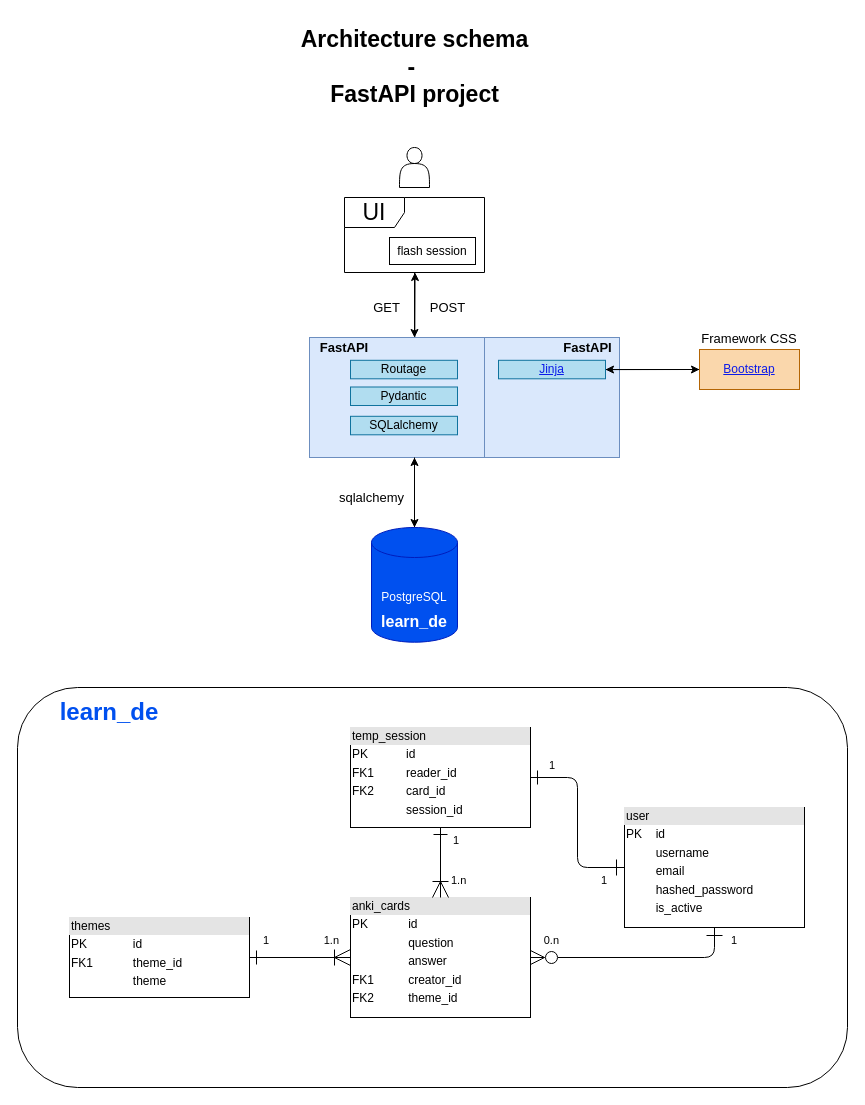
Before: project_architecture.drawio in Stephd91/FastAPI, a draw.io diagram. Source tidied: cells renumbered, new cells numbered last; positions are measured from the earlier drawing's top-left corner, leaving out a move shared by most shapes. Both pictures are drawn from the tidied source at 100%, with x=0, y=0 at pixel (17, 17).
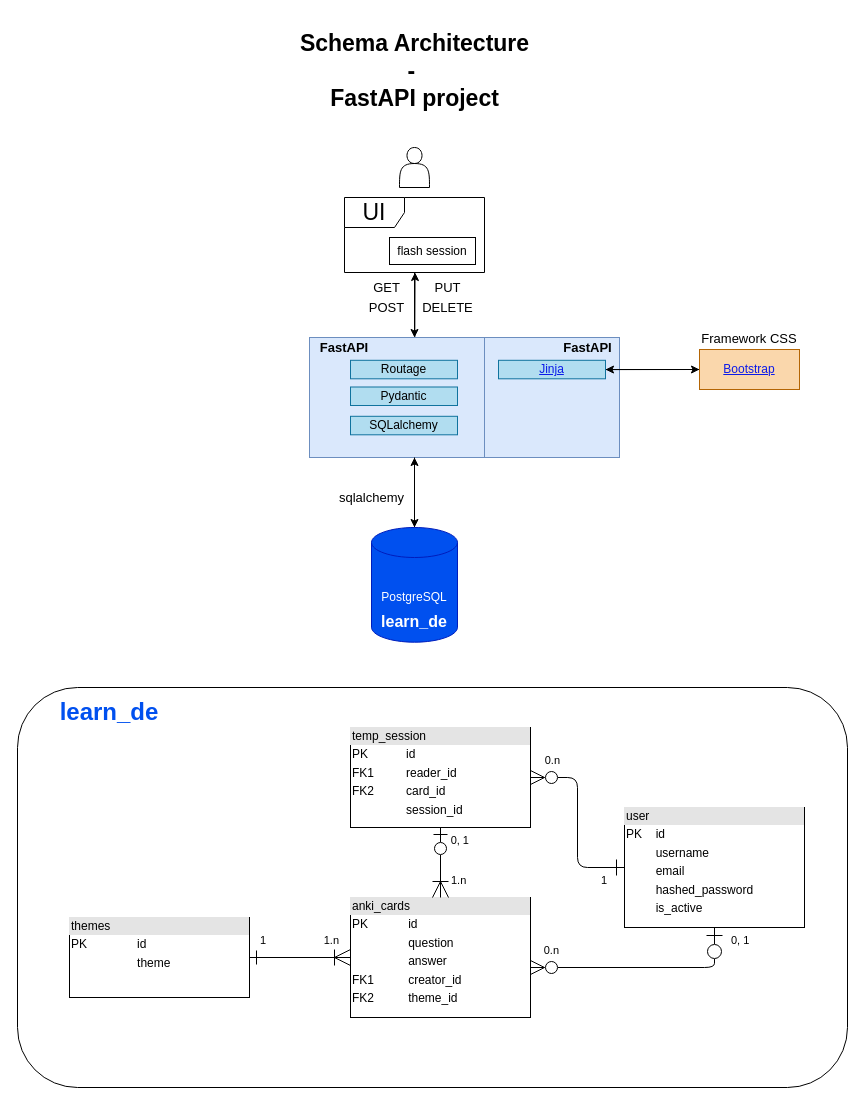
Above is the later version.

The change refers to these unchanged cells:
```xml
<mxCell id="29" style="endArrow=ERone;html=1;endSize=12;startArrow=ERoneToMany;startSize=14;startFill=0;edgeStyle=orthogonalEdgeStyle;exitX=0;exitY=0.5;exitDx=0;exitDy=0;entryX=1;entryY=0.5;entryDx=0;entryDy=0;endFill=0;" parent="1" edge="1" source="33" target="28">
  <mxGeometry relative="1" as="geometry" />
</mxCell>
<mxCell id="32" value="&lt;div style=&quot;box-sizing:border-box;width:100%;background:#e4e4e4;padding:2px;&quot;&gt;temp_session&lt;/div&gt;&lt;table style=&quot;width:100%;font-size:1em;&quot; cellpadding=&quot;2&quot; cellspacing=&quot;0&quot;&gt;&lt;tbody&gt;&lt;tr&gt;&lt;td&gt;PK&lt;/td&gt;&lt;td&gt;id&lt;/td&gt;&lt;/tr&gt;&lt;tr&gt;&lt;td&gt;FK1&lt;/td&gt;&lt;td&gt;reader_id&lt;/td&gt;&lt;/tr&gt;&lt;tr&gt;&lt;td&gt;FK2&lt;/td&gt;&lt;td&gt;card_id&lt;/td&gt;&lt;/tr&gt;&lt;tr&gt;&lt;td&gt;&lt;br&gt;&lt;/td&gt;&lt;td&gt;session_id&lt;/td&gt;&lt;/tr&gt;&lt;/tbody&gt;&lt;/table&gt;" style="verticalAlign=top;align=left;overflow=fill;html=1;" parent="1" vertex="1">
  <mxGeometry x="333" y="710" width="180" height="100" as="geometry" />
</mxCell>
<mxCell id="33" value="&lt;div style=&quot;box-sizing:border-box;width:100%;background:#e4e4e4;padding:2px;&quot;&gt;anki_cards&lt;/div&gt;&lt;table style=&quot;width:100%;font-size:1em;&quot; cellpadding=&quot;2&quot; cellspacing=&quot;0&quot;&gt;&lt;tbody&gt;&lt;tr&gt;&lt;td&gt;PK&lt;/td&gt;&lt;td&gt;id&lt;/td&gt;&lt;/tr&gt;&lt;tr&gt;&lt;td&gt;&lt;br&gt;&lt;/td&gt;&lt;td&gt;question&lt;/td&gt;&lt;/tr&gt;&lt;tr&gt;&lt;td&gt;&lt;br&gt;&lt;/td&gt;&lt;td&gt;answer&lt;/td&gt;&lt;/tr&gt;&lt;tr&gt;&lt;td&gt;FK1&lt;/td&gt;&lt;td&gt;creator_id&lt;/td&gt;&lt;/tr&gt;&lt;tr&gt;&lt;td&gt;FK2&lt;/td&gt;&lt;td&gt;theme_id&lt;/td&gt;&lt;/tr&gt;&lt;/tbody&gt;&lt;/table&gt;" style="verticalAlign=top;align=left;overflow=fill;html=1;" parent="1" vertex="1">
  <mxGeometry x="333" y="880" width="180" height="120" as="geometry" />
</mxCell>
<mxCell id="34" value="&lt;div style=&quot;box-sizing:border-box;width:100%;background:#e4e4e4;padding:2px;&quot;&gt;user&lt;/div&gt;&lt;table style=&quot;width:100%;font-size:1em;&quot; cellpadding=&quot;2&quot; cellspacing=&quot;0&quot;&gt;&lt;tbody&gt;&lt;tr&gt;&lt;td&gt;PK&lt;/td&gt;&lt;td&gt;id&lt;/td&gt;&lt;/tr&gt;&lt;tr&gt;&lt;td&gt;&lt;br&gt;&lt;/td&gt;&lt;td&gt;username&lt;/td&gt;&lt;/tr&gt;&lt;tr&gt;&lt;td&gt;&lt;br&gt;&lt;/td&gt;&lt;td&gt;email&lt;/td&gt;&lt;/tr&gt;&lt;tr&gt;&lt;td&gt;&lt;br&gt;&lt;/td&gt;&lt;td&gt;hashed_password&lt;/td&gt;&lt;/tr&gt;&lt;tr&gt;&lt;td&gt;&lt;br&gt;&lt;/td&gt;&lt;td&gt;is_active&lt;/td&gt;&lt;/tr&gt;&lt;/tbody&gt;&lt;/table&gt;" style="verticalAlign=top;align=left;overflow=fill;html=1;strokeColor=default;" parent="1" vertex="1">
  <mxGeometry x="607" y="790" width="180" height="120" as="geometry" />
</mxCell>
```

Change to the diagram source:
```diff
@@
-    <mxCell id="7" value="Architecture schema&lt;br style=&quot;font-size: 23px;&quot;&gt;-&amp;nbsp;&lt;br style=&quot;font-size: 23px;&quot;&gt;FastAPI project" style="text;strokeColor=none;fillColor=none;html=1;fontSize=23;fontStyle=1;verticalAlign=middle;align=center;rounded=1;labelBackgroundColor=none;" parent="1" vertex="1">
-      <mxGeometry x="263" width="268" height="100" as="geometry" />
+    <mxCell id="7" value="Schema Architecture&lt;br style=&quot;font-size: 23px;&quot;&gt;-&amp;nbsp;&lt;br style=&quot;font-size: 23px;&quot;&gt;FastAPI project" style="text;strokeColor=none;fillColor=none;html=1;fontSize=23;fontStyle=1;verticalAlign=middle;align=center;rounded=1;labelBackgroundColor=none;" parent="1" vertex="1">
+      <mxGeometry x="263" y="4" width="268" height="100" as="geometry" />
     </mxCell>
@@
     <mxCell id="11" value="GET" style="text;html=1;strokeColor=none;fillColor=none;align=center;verticalAlign=middle;whiteSpace=wrap;rounded=0;labelBackgroundColor=none;fontSize=13;" parent="1" vertex="1">
-      <mxGeometry x="342" y="280" width="55" height="20" as="geometry" />
+      <mxGeometry x="342" y="260" width="55" height="20" as="geometry" />
     </mxCell>
@@
     <mxCell id="14" value="POST" style="text;html=1;strokeColor=none;fillColor=none;align=center;verticalAlign=middle;whiteSpace=wrap;rounded=0;labelBackgroundColor=none;fontSize=13;" parent="1" vertex="1">
-      <mxGeometry x="403" y="280" width="55" height="20" as="geometry" />
+      <mxGeometry x="342" y="280" width="55" height="20" as="geometry" />
     </mxCell>
@@
-    <mxCell id="28" value="&lt;div style=&quot;box-sizing:border-box;width:100%;background:#e4e4e4;padding:2px;&quot;&gt;themes&lt;/div&gt;&lt;table style=&quot;width:100%;font-size:1em;&quot; cellpadding=&quot;2&quot; cellspacing=&quot;0&quot;&gt;&lt;tbody&gt;&lt;tr&gt;&lt;td&gt;PK&lt;/td&gt;&lt;td&gt;&lt;br&gt;&lt;/td&gt;&lt;td&gt;id&lt;/td&gt;&lt;td&gt;&lt;br&gt;&lt;/td&gt;&lt;/tr&gt;&lt;tr&gt;&lt;td&gt;FK1&lt;/td&gt;&lt;td&gt;&lt;br&gt;&lt;/td&gt;&lt;td&gt;theme_id&lt;/td&gt;&lt;td&gt;&lt;br&gt;&lt;/td&gt;&lt;/tr&gt;&lt;tr&gt;&lt;td&gt;&lt;br&gt;&lt;/td&gt;&lt;td&gt;&lt;br&gt;&lt;/td&gt;&lt;td&gt;theme&lt;/td&gt;&lt;td&gt;&lt;br&gt;&lt;/td&gt;&lt;/tr&gt;&lt;/tbody&gt;&lt;/table&gt;" style="verticalAlign=top;align=left;overflow=fill;html=1;" parent="1" vertex="1">
+    <mxCell id="28" value="&lt;div style=&quot;box-sizing:border-box;width:100%;background:#e4e4e4;padding:2px;&quot;&gt;themes&lt;/div&gt;&lt;table style=&quot;width:100%;font-size:1em;&quot; cellpadding=&quot;2&quot; cellspacing=&quot;0&quot;&gt;&lt;tbody&gt;&lt;tr&gt;&lt;td&gt;PK&lt;/td&gt;&lt;td&gt;&lt;br&gt;&lt;/td&gt;&lt;td&gt;id&lt;/td&gt;&lt;td&gt;&lt;br&gt;&lt;/td&gt;&lt;/tr&gt;&lt;tr&gt;&lt;td&gt;&lt;br&gt;&lt;/td&gt;&lt;td&gt;&lt;br&gt;&lt;/td&gt;&lt;td&gt;theme&lt;/td&gt;&lt;td&gt;&lt;br&gt;&lt;/td&gt;&lt;/tr&gt;&lt;/tbody&gt;&lt;/table&gt;" style="verticalAlign=top;align=left;overflow=fill;html=1;" parent="1" vertex="1">
       <mxGeometry x="52" y="900" width="180" height="80" as="geometry" />
     </mxCell>
@@
     <mxCell id="31" value="1" style="edgeLabel;html=1;align=right;verticalAlign=top;" parent="29" vertex="1">
       <mxGeometry x="1" relative="1" as="geometry">
-        <mxPoint x="20" y="-30" as="offset" />
+        <mxPoint x="17" y="-30" as="offset" />
       </mxGeometry>
     </mxCell>
@@
-    <mxCell id="35" style="endArrow=ERone;html=1;endSize=12;startArrow=ERone;startSize=14;startFill=0;edgeStyle=orthogonalEdgeStyle;entryX=1;entryY=0.5;entryDx=0;entryDy=0;exitX=0;exitY=0.5;exitDx=0;exitDy=0;endFill=0;" parent="1" edge="1" source="34" target="32">
+    <mxCell id="35" style="endArrow=ERzeroToMany;html=1;endSize=12;startArrow=ERone;startSize=14;startFill=0;edgeStyle=orthogonalEdgeStyle;entryX=1;entryY=0.5;entryDx=0;entryDy=0;exitX=0;exitY=0.5;exitDx=0;exitDy=0;endFill=0;" parent="1" edge="1" source="34" target="32">
       <mxGeometry relative="1" as="geometry" />
     </mxCell>
@@
-    <mxCell id="37" value="1" style="edgeLabel;html=1;align=right;verticalAlign=top;strokeColor=default;" parent="35" vertex="1">
-      <mxGeometry x="1" relative="1" as="geometry">
-        <mxPoint x="25" y="-25" as="offset" />
-      </mxGeometry>
-    </mxCell>
@@
-    <mxCell id="39" style="endArrow=ERone;html=1;endSize=12;startArrow=ERoneToMany;startSize=14;startFill=0;edgeStyle=orthogonalEdgeStyle;entryX=0.5;entryY=1;entryDx=0;entryDy=0;exitX=0.5;exitY=0;exitDx=0;exitDy=0;endFill=0;" parent="1" edge="1" source="33" target="32">
+    <mxCell id="39" style="endArrow=ERzeroToOne;html=1;endSize=12;startArrow=ERoneToMany;startSize=14;startFill=0;edgeStyle=orthogonalEdgeStyle;entryX=0.5;entryY=1;entryDx=0;entryDy=0;exitX=0.5;exitY=0;exitDx=0;exitDy=0;endFill=0;" parent="1" edge="1" source="33" target="32">
       <mxGeometry relative="1" as="geometry" />
     </mxCell>
@@
-    <mxCell id="41" value="1" style="edgeLabel;html=1;align=right;verticalAlign=top;strokeColor=default;" parent="39" vertex="1">
+    <mxCell id="41" value="0, 1" style="edgeLabel;html=1;align=right;verticalAlign=top;strokeColor=default;" parent="39" vertex="1">
       <mxGeometry x="1" relative="1" as="geometry">
-        <mxPoint x="19" as="offset" />
+        <mxPoint x="29" as="offset" />
       </mxGeometry>
     </mxCell>
-    <mxCell id="42" style="endArrow=ERzeroToMany;html=1;endSize=12;startArrow=ERone;startSize=14;startFill=0;edgeStyle=orthogonalEdgeStyle;exitX=0.5;exitY=1;exitDx=0;exitDy=0;endFill=0;" parent="1" edge="1" source="34" target="33">
-      <mxGeometry relative="1" as="geometry" />
+    <mxCell id="42" style="endArrow=ERzeroToMany;html=1;endSize=12;startArrow=ERzeroToOne;startSize=14;startFill=0;edgeStyle=orthogonalEdgeStyle;exitX=0.5;exitY=1;exitDx=0;exitDy=0;endFill=0;" parent="1" edge="1" source="34" target="33">
+      <mxGeometry relative="1" as="geometry">
+        <Array as="points">
+          <mxPoint x="697" y="950" />
+        </Array>
+      </mxGeometry>
     </mxCell>
-    <mxCell id="43" value="1" style="edgeLabel;html=1;align=left;verticalAlign=top;strokeColor=default;" parent="42" vertex="1">
+    <mxCell id="43" value="0, 1" style="edgeLabel;html=1;align=left;verticalAlign=top;strokeColor=default;" parent="42" vertex="1">
       <mxGeometry x="-1" relative="1" as="geometry">
         <mxPoint x="15" as="offset" />
       </mxGeometry>
     </mxCell>
@@
+    <mxCell id="46" value="PUT" style="text;html=1;strokeColor=none;fillColor=none;align=center;verticalAlign=middle;whiteSpace=wrap;rounded=0;labelBackgroundColor=none;fontSize=13;" parent="1" vertex="1">
+      <mxGeometry x="403" y="260" width="55" height="20" as="geometry" />
+    </mxCell>
+    <mxCell id="47" value="DELETE" style="text;html=1;strokeColor=none;fillColor=none;align=center;verticalAlign=middle;whiteSpace=wrap;rounded=0;labelBackgroundColor=none;fontSize=13;" parent="1" vertex="1">
+      <mxGeometry x="403" y="280" width="55" height="20" as="geometry" />
+    </mxCell>
+    <mxCell id="48" value="0.n" style="edgeLabel;html=1;align=right;verticalAlign=top;" parent="1" vertex="1">
+      <mxGeometry x="543" y="730" as="geometry" />
+    </mxCell>
```
